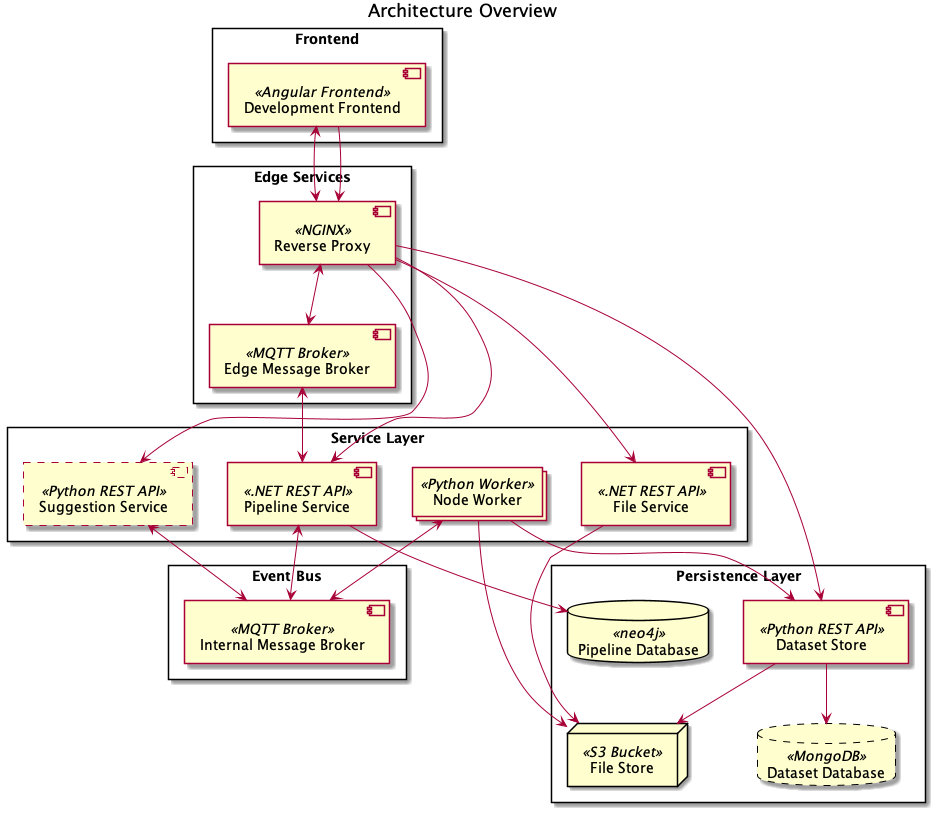
This is docs/architecture/overview.png from project-hanse/prototype-a, a PlantUML export, as it was before one commit.
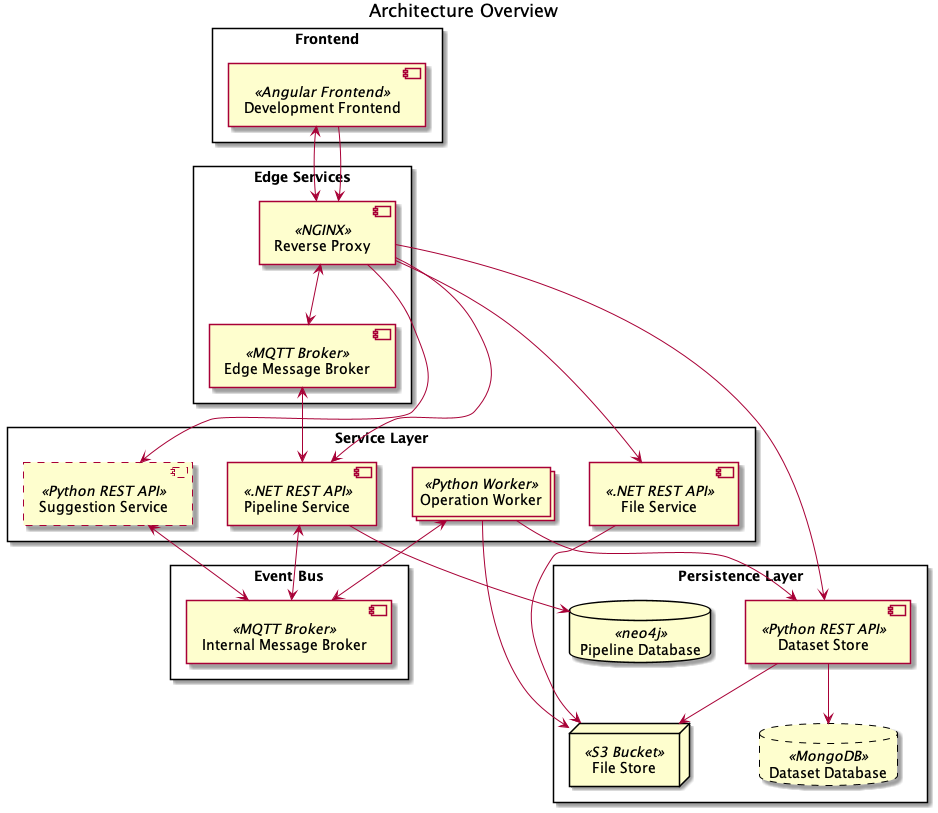
The same file after the commit.

Change to the diagram source:
```diff
@@ -18,7 +18,7 @@
 
 rectangle "Service Layer" {
     component "Pipeline Service" << .NET REST API >> as pipeline_service
-    collections  "Node Worker" <<Python Worker>> as worker
+    collections  "Operation Worker" <<Python Worker>> as worker
     component #line.dashed "Suggestion Service" << Python REST API >> as suggestion_service
     component "File Service" << .NET REST API >> as file_service
 }
```
